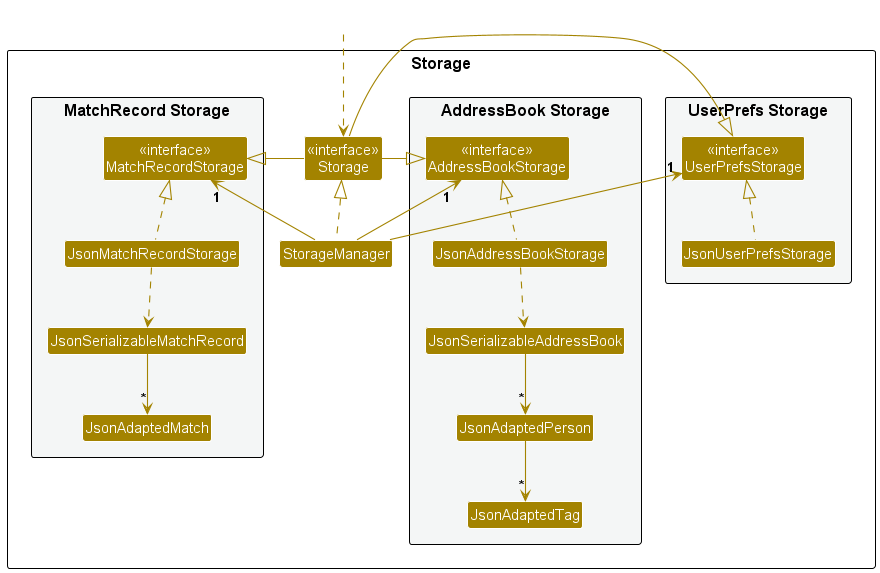
Before: docs/images/StorageClassDiagram.png, a diagram exported from PlantUML (icypetal/tp).
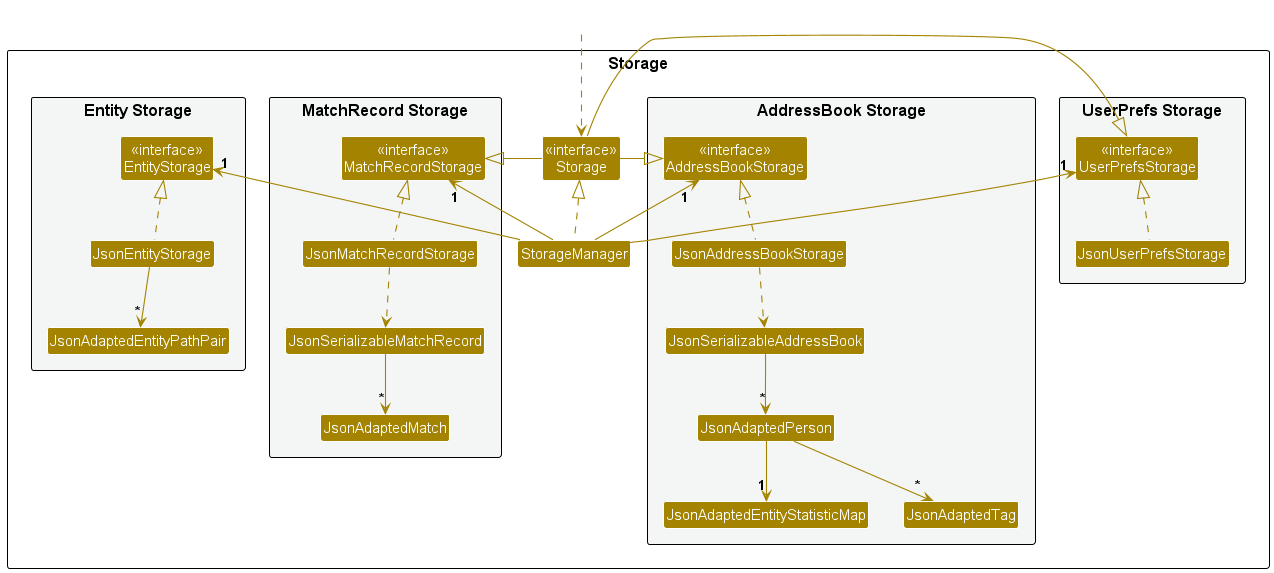
Later version of the same file.

Change to the diagram source:
```diff
@@ -19,6 +19,7 @@
 Class JsonAddressBookStorage
 Class JsonSerializableAddressBook
 Class JsonAdaptedPerson
+Class JsonAdaptedEntityStatisticMap
 Class JsonAdaptedTag
 }
 
@@ -29,6 +30,13 @@
 Class JsonAdaptedMatch
 }
 
+package "Entity Storage" #F4F6F6{
+Class "<<interface>>\nEntityStorage" as EntityStorage
+Class JsonEntityStorage
+Class JsonAdaptedEntityPathPair
+}
+
+
 }
 
 Class HiddenOutside #FFFFFF
@@ -38,6 +46,7 @@
 StorageManager -up-> "1" UserPrefsStorage
 StorageManager -up-> "1" AddressBookStorage
 StorageManager -up-> "1" MatchRecordStorage
+StorageManager -up-> "1" EntityStorage
 
 Storage -left-|> UserPrefsStorage
 Storage -right-|> AddressBookStorage
@@ -48,9 +57,13 @@
 JsonAddressBookStorage ..> JsonSerializableAddressBook
 JsonSerializableAddressBook --> "*" JsonAdaptedPerson
 JsonAdaptedPerson --> "*" JsonAdaptedTag
+JsonAdaptedPerson --> "1" JsonAdaptedEntityStatisticMap
 
 JsonMatchRecordStorage .up.|> MatchRecordStorage
 JsonMatchRecordStorage ..> JsonSerializableMatchRecord
 JsonSerializableMatchRecord --> "*" JsonAdaptedMatch
 
+JsonEntityStorage .up.|> EntityStorage
+JsonEntityStorage --> "*" JsonAdaptedEntityPathPair
+
 @enduml
```
